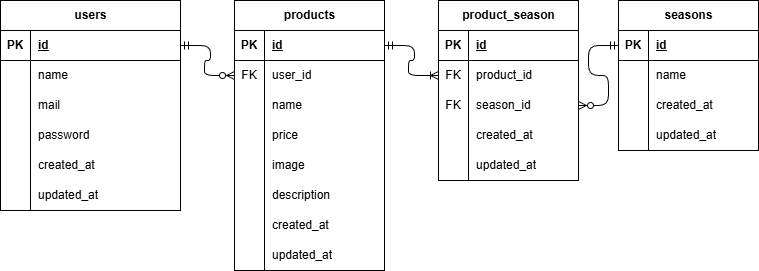
Before: ER.drawio.png, a diagram exported from draw.io (yurin0617/yurin-kadai2). Source tidied: cells renumbered, new cells last; positions are measured from the earlier drawing's top-left corner, leaving out a move shared by most shapes.
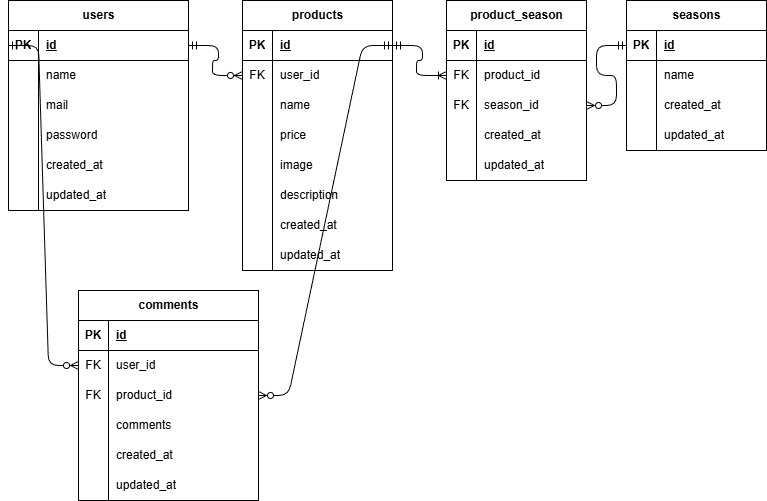
After the change.

Change to the diagram source:
```diff
@@ -239,5 +239,85 @@
     <mxCell id="78" value="FK" style="shape=partialRectangle;fillColor=none;top=0;left=0;bottom=0;right=0;overflow=hidden;whiteSpace=wrap;html=1;" parent="1" vertex="1">
       <mxGeometry x="234" y="60" width="30" height="30" as="geometry" />
     </mxCell>
+    <mxCell id="79" value="comments" style="shape=table;startSize=30;rowLines=0;fontStyle=1;align=center;html=1;" parent="1" vertex="1">
+      <mxGeometry x="70" y="290" width="180" height="210" as="geometry" />
+    </mxCell>
+    <mxCell id="80" style="shape=tableRow;horizontal=0;startSize=0;swimlaneHead=0;swimlaneBody=0;fillColor=none;top=0;left=0;right=0;bottom=1;" parent="79" vertex="1">
+      <mxGeometry y="30" width="180" height="30" as="geometry" />
+    </mxCell>
+    <mxCell id="81" value="PK" style="shape=partialRectangle;fillColor=none;top=0;left=0;bottom=0;right=0;fontStyle=1;overflow=hidden;whiteSpace=wrap;html=1;" parent="80" vertex="1">
+      <mxGeometry width="30" height="30" as="geometry" />
+    </mxCell>
+    <mxCell id="82" value="id" style="shape=partialRectangle;fillColor=none;top=0;left=0;bottom=0;right=0;align=left;spacingLeft=6;fontStyle=5;overflow=hidden;whiteSpace=wrap;html=1;" parent="80" vertex="1">
+      <mxGeometry x="30" width="150" height="30" as="geometry" />
+    </mxCell>
+    <mxCell id="83" style="shape=tableRow;horizontal=0;startSize=0;swimlaneHead=0;swimlaneBody=0;fillColor=none;points=[[0,0.5],[1,0.5]];portConstraint=eastwest;top=0;left=0;right=0;bottom=0;" parent="79" vertex="1">
+      <mxGeometry y="60" width="180" height="30" as="geometry" />
+    </mxCell>
+    <mxCell id="84" value="FK" style="shape=partialRectangle;fillColor=none;top=0;left=0;bottom=0;right=0;overflow=hidden;whiteSpace=wrap;html=1;" parent="83" vertex="1">
+      <mxGeometry width="30" height="30" as="geometry" />
+    </mxCell>
+    <mxCell id="85" value="&lt;span style=&quot;color: rgb(0, 0, 0);&quot;&gt;user_id&lt;/span&gt;" style="shape=partialRectangle;fillColor=none;top=0;left=0;bottom=0;right=0;align=left;spacingLeft=6;overflow=hidden;whiteSpace=wrap;html=1;" parent="83" vertex="1">
+      <mxGeometry x="30" width="150" height="30" as="geometry" />
+    </mxCell>
+    <mxCell id="86" style="shape=tableRow;horizontal=0;startSize=0;swimlaneHead=0;swimlaneBody=0;fillColor=none;points=[[0,0.5],[1,0.5]];portConstraint=eastwest;top=0;left=0;right=0;bottom=0;" parent="79" vertex="1">
+      <mxGeometry y="90" width="180" height="30" as="geometry" />
+    </mxCell>
+    <mxCell id="87" value="FK" style="shape=partialRectangle;fillColor=none;top=0;left=0;bottom=0;right=0;overflow=hidden;whiteSpace=wrap;html=1;" parent="86" vertex="1">
+      <mxGeometry width="30" height="30" as="geometry" />
+    </mxCell>
+    <mxCell id="88" value="&lt;span style=&quot;color: rgb(0, 0, 0);&quot;&gt;product_id&lt;/span&gt;" style="shape=partialRectangle;fillColor=none;top=0;left=0;bottom=0;right=0;align=left;spacingLeft=6;overflow=hidden;whiteSpace=wrap;html=1;" parent="86" vertex="1">
+      <mxGeometry x="30" width="150" height="30" as="geometry" />
+    </mxCell>
+    <mxCell id="89" style="shape=tableRow;horizontal=0;startSize=0;swimlaneHead=0;swimlaneBody=0;fillColor=none;top=0;left=0;right=0;bottom=0;" parent="79" vertex="1">
+      <mxGeometry y="120" width="180" height="30" as="geometry" />
+    </mxCell>
+    <mxCell id="90" style="shape=partialRectangle;fillColor=none;top=0;left=0;bottom=0;right=0;overflow=hidden;whiteSpace=wrap;html=1;" parent="89" vertex="1">
+      <mxGeometry width="30" height="30" as="geometry" />
+    </mxCell>
+    <mxCell id="91" value="comments" style="shape=partialRectangle;fillColor=none;top=0;left=0;bottom=0;right=0;align=left;spacingLeft=6;overflow=hidden;whiteSpace=wrap;html=1;" parent="89" vertex="1">
+      <mxGeometry x="30" width="150" height="30" as="geometry" />
+    </mxCell>
+    <mxCell id="92" style="shape=tableRow;horizontal=0;startSize=0;swimlaneHead=0;swimlaneBody=0;fillColor=none;top=0;left=0;right=0;bottom=0;" parent="79" vertex="1">
+      <mxGeometry y="150" width="180" height="30" as="geometry" />
+    </mxCell>
+    <mxCell id="93" style="shape=partialRectangle;fillColor=none;top=0;left=0;bottom=0;right=0;overflow=hidden;whiteSpace=wrap;html=1;" parent="92" vertex="1">
+      <mxGeometry width="30" height="30" as="geometry" />
+    </mxCell>
+    <mxCell id="94" value="&lt;span style=&quot;color: rgb(0, 0, 0);&quot;&gt;created_at&lt;/span&gt;" style="shape=partialRectangle;fillColor=none;top=0;left=0;bottom=0;right=0;align=left;spacingLeft=6;overflow=hidden;whiteSpace=wrap;html=1;" parent="92" vertex="1">
+      <mxGeometry x="30" width="150" height="30" as="geometry" />
+    </mxCell>
+    <mxCell id="95" style="shape=tableRow;horizontal=0;startSize=0;swimlaneHead=0;swimlaneBody=0;fillColor=none;top=0;left=0;right=0;bottom=0;" parent="79" vertex="1">
+      <mxGeometry y="180" width="180" height="30" as="geometry" />
+    </mxCell>
+    <mxCell id="96" style="shape=partialRectangle;fillColor=none;top=0;left=0;bottom=0;right=0;overflow=hidden;whiteSpace=wrap;html=1;" parent="95" vertex="1">
+      <mxGeometry width="30" height="30" as="geometry" />
+    </mxCell>
+    <mxCell id="97" value="&lt;span style=&quot;color: rgb(0, 0, 0);&quot;&gt;updated_at&lt;/span&gt;" style="shape=partialRectangle;fillColor=none;top=0;left=0;bottom=0;right=0;align=left;spacingLeft=6;overflow=hidden;whiteSpace=wrap;html=1;" parent="95" vertex="1">
+      <mxGeometry x="30" width="150" height="30" as="geometry" />
+    </mxCell>
+    <mxCell id="98" style="edgeStyle=entityRelationEdgeStyle;fontSize=12;html=1;endArrow=ERzeroToMany;startArrow=ERmandOne;exitX=1;exitY=0.5;exitDx=0;exitDy=0;" parent="1" edge="1" source="3" target="86">
+      <mxGeometry relative="1" as="geometry">
+        <Array as="points">
+          <mxPoint x="334" y="555" />
+          <mxPoint x="474" y="435" />
+          <mxPoint x="474" y="435" />
+          <mxPoint x="474" y="435" />
+        </Array>
+      </mxGeometry>
+    </mxCell>
+    <mxCell id="99" style="edgeStyle=entityRelationEdgeStyle;fontSize=12;html=1;endArrow=ERzeroToMany;startArrow=ERmandOne;entryX=0;entryY=0.5;entryDx=0;entryDy=0;exitX=0;exitY=0.5;exitDx=0;exitDy=0;" parent="1" edge="1" source="59" target="83">
+      <mxGeometry relative="1" as="geometry">
+        <Array as="points">
+          <mxPoint x="115" y="565" />
+          <mxPoint x="40" y="250" />
+          <mxPoint x="120" y="330" />
+          <mxPoint x="255" y="445" />
+          <mxPoint x="160" y="370" />
+          <mxPoint x="255" y="445" />
+          <mxPoint x="255" y="445" />
+        </Array>
+      </mxGeometry>
+    </mxCell>
   </root>
 </mxGraphModel>
```
